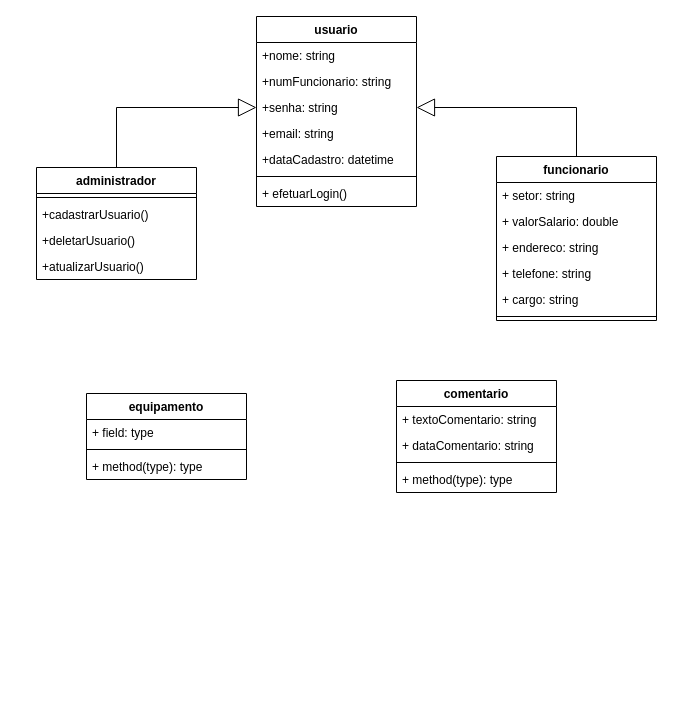
Earlier version of the draw.io diagram page "diagrama de classe" (2 of 2) of Levantamento de Requisitos/techman.drawio (Lucas-Araujo15/ProjetoBase). Source tidied: cells renumbered, new cells numbered last; positions are measured from the earlier drawing's top-left corner, leaving out a move shared by most shapes. Both pictures are drawn from the tidied source at 100%, with x=0, y=0 at pixel (36, 16).
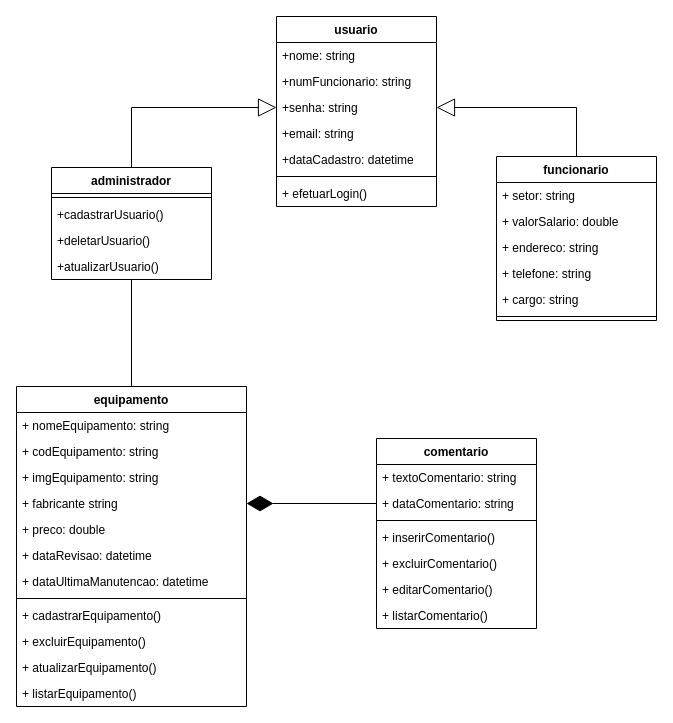
After the change.

Commit message:
Atualiza diagrama de classes

The change refers to these unchanged cells:
```xml
<mxCell id="14" value="+atualizarUsuario()" style="text;strokeColor=none;fillColor=none;align=left;verticalAlign=top;spacingLeft=4;spacingRight=4;overflow=hidden;points=[[0,0.5],[1,0.5]];portConstraint=eastwest;" parent="10" vertex="1">
  <mxGeometry y="86" width="160" height="26" as="geometry" />
</mxCell>
<mxCell id="28" value="+ dataComentario: string" style="text;strokeColor=none;fillColor=none;align=left;verticalAlign=top;spacingLeft=4;spacingRight=4;overflow=hidden;points=[[0,0.5],[1,0.5]];portConstraint=eastwest;" parent="26" vertex="1">
  <mxGeometry y="52" width="160" height="26" as="geometry" />
</mxCell>
```

What changed in the source:
```diff
@@
     <mxCell id="2" value="usuario" style="swimlane;fontStyle=1;align=center;verticalAlign=top;horizontal=1;startSize=26;" parent="1" vertex="1">
-      <mxGeometry x="220" width="160" height="190" as="geometry" />
+      <mxGeometry x="240" width="160" height="190" as="geometry" />
     </mxCell>
@@
     <mxCell id="10" value="administrador" style="swimlane;fontStyle=1;align=center;verticalAlign=top;horizontal=1;startSize=26;" parent="1" vertex="1">
-      <mxGeometry y="151" width="160" height="112" as="geometry" />
+      <mxGeometry x="15" y="151" width="160" height="112" as="geometry" />
     </mxCell>
@@
     <mxCell id="22" value="equipamento" style="swimlane;fontStyle=1;align=center;verticalAlign=top;horizontal=1;startSize=26;" parent="1" vertex="1">
-      <mxGeometry x="50" y="377" width="160" height="86" as="geometry" />
+      <mxGeometry x="-20" y="370" width="230" height="320" as="geometry" />
     </mxCell>
-    <mxCell id="23" value="+ field: type" style="text;strokeColor=none;fillColor=none;align=left;verticalAlign=top;spacingLeft=4;spacingRight=4;overflow=hidden;" parent="22" vertex="1">
-      <mxGeometry y="26" width="160" height="26" as="geometry" />
+    <mxCell id="23" value="+ nomeEquipamento: string " style="text;strokeColor=none;fillColor=none;align=left;verticalAlign=top;spacingLeft=4;spacingRight=4;overflow=hidden;" parent="22" vertex="1">
+      <mxGeometry y="26" width="230" height="26" as="geometry" />
     </mxCell>
+    <mxCell id="33" value="+ codEquipamento: string " style="text;strokeColor=none;fillColor=none;align=left;verticalAlign=top;spacingLeft=4;spacingRight=4;overflow=hidden;" parent="22" vertex="1">
+      <mxGeometry y="52" width="230" height="26" as="geometry" />
+    </mxCell>
+    <mxCell id="34" value="+ imgEquipamento: string" style="text;strokeColor=none;fillColor=none;align=left;verticalAlign=top;spacingLeft=4;spacingRight=4;overflow=hidden;" parent="22" vertex="1">
+      <mxGeometry y="78" width="230" height="26" as="geometry" />
+    </mxCell>
+    <mxCell id="35" value="+ fabricante string" style="text;strokeColor=none;fillColor=none;align=left;verticalAlign=top;spacingLeft=4;spacingRight=4;overflow=hidden;points=[[0,0.5],[1,0.5]];portConstraint=eastwest;" parent="22" vertex="1">
+      <mxGeometry y="104" width="230" height="26" as="geometry" />
+    </mxCell>
+    <mxCell id="36" value="+ preco: double" style="text;strokeColor=none;fillColor=none;align=left;verticalAlign=top;spacingLeft=4;spacingRight=4;overflow=hidden;" parent="22" vertex="1">
+      <mxGeometry y="130" width="230" height="26" as="geometry" />
+    </mxCell>
+    <mxCell id="37" value="+ dataRevisao: datetime" style="text;strokeColor=none;fillColor=none;align=left;verticalAlign=top;spacingLeft=4;spacingRight=4;overflow=hidden;" parent="22" vertex="1">
+      <mxGeometry y="156" width="230" height="26" as="geometry" />
+    </mxCell>
+    <mxCell id="38" value="+ dataUltimaManutencao: datetime" style="text;strokeColor=none;fillColor=none;align=left;verticalAlign=top;spacingLeft=4;spacingRight=4;overflow=hidden;" parent="22" vertex="1">
+      <mxGeometry y="182" width="230" height="26" as="geometry" />
+    </mxCell>
     <mxCell id="24" style="line;strokeWidth=1;fillColor=none;align=left;verticalAlign=middle;spacingTop=-1;spacingLeft=3;spacingRight=3;labelPosition=right;" parent="22" vertex="1">
-      <mxGeometry y="52" width="160" height="8" as="geometry" />
+      <mxGeometry y="208" width="230" height="8" as="geometry" />
     </mxCell>
-    <mxCell id="25" value="+ method(type): type" style="text;strokeColor=none;fillColor=none;align=left;verticalAlign=top;spacingLeft=4;spacingRight=4;overflow=hidden;" parent="22" vertex="1">
-      <mxGeometry y="60" width="160" height="26" as="geometry" />
+    <mxCell id="25" value="+ cadastrarEquipamento()" style="text;strokeColor=none;fillColor=none;align=left;verticalAlign=top;spacingLeft=4;spacingRight=4;overflow=hidden;" parent="22" vertex="1">
+      <mxGeometry y="216" width="230" height="26" as="geometry" />
     </mxCell>
+    <mxCell id="39" value="+ excluirEquipamento()" style="text;strokeColor=none;fillColor=none;align=left;verticalAlign=top;spacingLeft=4;spacingRight=4;overflow=hidden;" parent="22" vertex="1">
+      <mxGeometry y="242" width="230" height="26" as="geometry" />
+    </mxCell>
+    <mxCell id="40" value="+ atualizarEquipamento()" style="text;strokeColor=none;fillColor=none;align=left;verticalAlign=top;spacingLeft=4;spacingRight=4;overflow=hidden;" parent="22" vertex="1">
+      <mxGeometry y="268" width="230" height="26" as="geometry" />
+    </mxCell>
+    <mxCell id="41" value="+ listarEquipamento()" style="text;strokeColor=none;fillColor=none;align=left;verticalAlign=top;spacingLeft=4;spacingRight=4;overflow=hidden;" parent="22" vertex="1">
+      <mxGeometry y="294" width="230" height="26" as="geometry" />
+    </mxCell>
     <mxCell id="26" value="comentario" style="swimlane;fontStyle=1;align=center;verticalAlign=top;horizontal=1;startSize=26;" parent="1" vertex="1">
-      <mxGeometry x="360" y="364" width="160" height="112" as="geometry" />
+      <mxGeometry x="340" y="422" width="160" height="190" as="geometry" />
     </mxCell>
@@
-    <mxCell id="30" value="+ method(type): type" style="text;strokeColor=none;fillColor=none;align=left;verticalAlign=top;spacingLeft=4;spacingRight=4;overflow=hidden;" parent="26" vertex="1">
+    <mxCell id="30" value="+ inserirComentario()" style="text;strokeColor=none;fillColor=none;align=left;verticalAlign=top;spacingLeft=4;spacingRight=4;overflow=hidden;" parent="26" vertex="1">
       <mxGeometry y="86" width="160" height="26" as="geometry" />
     </mxCell>
+    <mxCell id="42" value="+ excluirComentario()" style="text;strokeColor=none;fillColor=none;align=left;verticalAlign=top;spacingLeft=4;spacingRight=4;overflow=hidden;" parent="26" vertex="1">
+      <mxGeometry y="112" width="160" height="26" as="geometry" />
+    </mxCell>
+    <mxCell id="43" value="+ editarComentario()" style="text;strokeColor=none;fillColor=none;align=left;verticalAlign=top;spacingLeft=4;spacingRight=4;overflow=hidden;" parent="26" vertex="1">
+      <mxGeometry y="138" width="160" height="26" as="geometry" />
+    </mxCell>
+    <mxCell id="44" value="+ listarComentario()" style="text;strokeColor=none;fillColor=none;align=left;verticalAlign=top;spacingLeft=4;spacingRight=4;overflow=hidden;" parent="26" vertex="1">
+      <mxGeometry y="164" width="160" height="26" as="geometry" />
+    </mxCell>
@@
+    <mxCell id="45" style="endArrow=none;html=1;rounded=0;exitX=0.5;exitY=0;exitDx=0;exitDy=0;" parent="1" edge="1" source="22" target="14">
+      <mxGeometry relative="1" as="geometry" />
+    </mxCell>
+    <mxCell id="46" style="endArrow=diamondThin;endFill=1;endSize=24;html=1;rounded=0;sourcePerimeterSpacing=8;targetPerimeterSpacing=9;strokeWidth=1;exitX=0;exitY=0.5;exitDx=0;exitDy=0;edgeStyle=orthogonalEdgeStyle;entryX=1;entryY=0.5;entryDx=0;entryDy=0;" parent="1" edge="1" source="28" target="35">
+      <mxGeometry relative="1" as="geometry" />
+    </mxCell>
```
